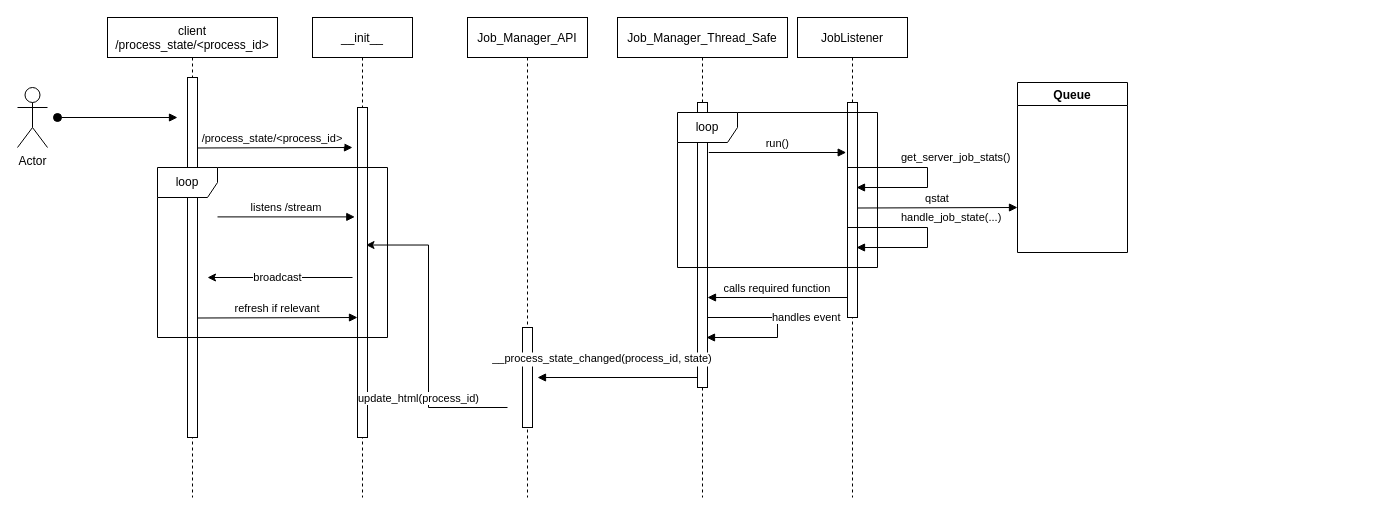
JuanParker1/NgsReadClearEngine keeps this draw.io diagram as page "job_state_update" (3 of 4) of design/sequences.drawio. Above is the earlier version. Source tidied: cells renumbered, new cells numbered last; positions are measured from the earlier drawing's top-left corner, leaving out a move shared by most shapes. Both pictures are drawn from the tidied source at 100%, with x=0, y=0 at pixel (17, 17).
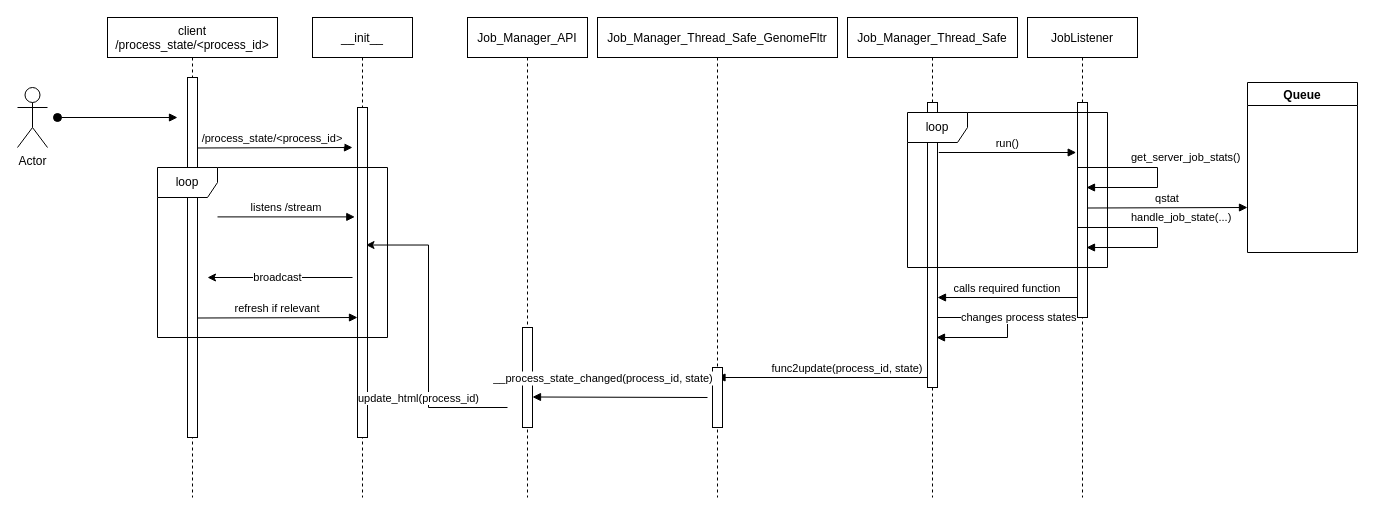
The same page after the edit.

The edit, as a diff of the source:
```diff
@@
     <mxCell id="9" value="Job_Manager_Thread_Safe" style="shape=umlLifeline;perimeter=lifelinePerimeter;rounded=0;shadow=0;strokeWidth=1;" parent="1" vertex="1">
-      <mxGeometry x="600" width="170" height="480" as="geometry" />
+      <mxGeometry x="830" width="170" height="480" as="geometry" />
     </mxCell>
@@
-    <mxCell id="11" value="handles event" style="edgeStyle=orthogonalEdgeStyle;html=1;align=left;spacingLeft=2;endArrow=block;rounded=0;" parent="9" edge="1">
-      <mxGeometry relative="1" as="geometry">
+    <mxCell id="11" value="changes process states" style="edgeStyle=orthogonalEdgeStyle;html=1;align=left;spacingLeft=2;endArrow=block;rounded=0;" parent="9" edge="1">
+      <mxGeometry x="-0.4" relative="1" as="geometry">
         <mxPoint x="80" y="330" as="sourcePoint" />
         <mxPoint x="89" y="320" as="targetPoint" />
         <Array as="points">
           <mxPoint x="80" y="300" />
           <mxPoint x="160" y="300" />
           <mxPoint x="160" y="320" />
         </Array>
       </mxGeometry>
     </mxCell>
+    <mxCell id="25" value="func2update(process_id, state)" style="verticalAlign=bottom;endArrow=block;shadow=0;strokeWidth=1;" parent="9" edge="1" target="30">
+      <mxGeometry x="-0.24" relative="1" as="geometry">
+        <mxPoint x="80" y="360" as="sourcePoint" />
+      </mxGeometry>
+    </mxCell>
     <mxCell id="12" value="JobListener" style="shape=umlLifeline;perimeter=lifelinePerimeter;rounded=0;shadow=0;strokeWidth=1;" parent="1" vertex="1">
-      <mxGeometry x="780" width="110" height="480" as="geometry" />
+      <mxGeometry x="1010" width="110" height="480" as="geometry" />
     </mxCell>
@@
     <mxCell id="22" value="get_server_job_stats()" style="edgeStyle=orthogonalEdgeStyle;html=1;align=left;spacingLeft=2;endArrow=block;rounded=0;" parent="1" edge="1">
       <mxGeometry x="-0.2" y="10" relative="1" as="geometry">
-        <mxPoint x="830" y="180" as="sourcePoint" />
-        <mxPoint x="839" y="170" as="targetPoint" />
+        <mxPoint x="1060" y="180" as="sourcePoint" />
+        <mxPoint x="1069" y="170" as="targetPoint" />
         <Array as="points">
-          <mxPoint x="830" y="150" />
-          <mxPoint x="910" y="150" />
-          <mxPoint x="910" y="170" />
+          <mxPoint x="1060" y="150" />
+          <mxPoint x="1140" y="150" />
+          <mxPoint x="1140" y="170" />
         </Array>
       </mxGeometry>
     </mxCell>
     <mxCell id="23" value="qstat" style="verticalAlign=bottom;endArrow=block;shadow=0;strokeWidth=1;" parent="1" edge="1">
       <mxGeometry relative="1" as="geometry">
-        <mxPoint x="840" y="190.5" as="sourcePoint" />
-        <mxPoint x="1000" y="190" as="targetPoint" />
+        <mxPoint x="1070" y="190.5" as="sourcePoint" />
+        <mxPoint x="1230" y="190" as="targetPoint" />
       </mxGeometry>
     </mxCell>
     <mxCell id="24" value="handle_job_state(...)" style="edgeStyle=orthogonalEdgeStyle;html=1;align=left;spacingLeft=2;endArrow=block;rounded=0;" parent="1" edge="1">
       <mxGeometry x="-0.2" y="10" relative="1" as="geometry">
-        <mxPoint x="830" y="240" as="sourcePoint" />
-        <mxPoint x="839" y="230" as="targetPoint" />
+        <mxPoint x="1060" y="240" as="sourcePoint" />
+        <mxPoint x="1069" y="230" as="targetPoint" />
         <Array as="points">
-          <mxPoint x="830" y="210" />
-          <mxPoint x="910" y="210" />
-          <mxPoint x="910" y="230" />
+          <mxPoint x="1060" y="210" />
+          <mxPoint x="1140" y="210" />
+          <mxPoint x="1140" y="230" />
         </Array>
       </mxGeometry>
     </mxCell>
-    <mxCell id="25" value="__process_state_changed(process_id, state)" style="verticalAlign=bottom;endArrow=block;shadow=0;strokeWidth=1;" parent="1" edge="1">
-      <mxGeometry x="0.2" y="-10" relative="1" as="geometry">
-        <mxPoint x="680" y="360" as="sourcePoint" />
-        <mxPoint x="520" y="360" as="targetPoint" />
-        <mxPoint x="1" as="offset" />
-      </mxGeometry>
-    </mxCell>
@@
+    <mxCell id="30" value="Job_Manager_Thread_Safe_GenomeFltr" style="shape=umlLifeline;perimeter=lifelinePerimeter;rounded=0;shadow=0;strokeWidth=1;" parent="1" vertex="1">
+      <mxGeometry x="580" width="240" height="480" as="geometry" />
+    </mxCell>
+    <mxCell id="31" style="perimeter=orthogonalPerimeter;rounded=0;shadow=0;strokeWidth=1;" parent="30" vertex="1">
+      <mxGeometry x="115" y="350" width="10" height="60" as="geometry" />
+    </mxCell>
+    <mxCell id="32" value="__process_state_changed(process_id, state)" style="verticalAlign=bottom;endArrow=block;shadow=0;strokeWidth=1;" parent="30" edge="1">
+      <mxGeometry x="0.2" y="-10" relative="1" as="geometry">
+        <mxPoint x="110" y="380" as="sourcePoint" />
+        <mxPoint x="-65" y="379.5" as="targetPoint" />
+        <mxPoint x="1" as="offset" />
+      </mxGeometry>
+    </mxCell>
```
